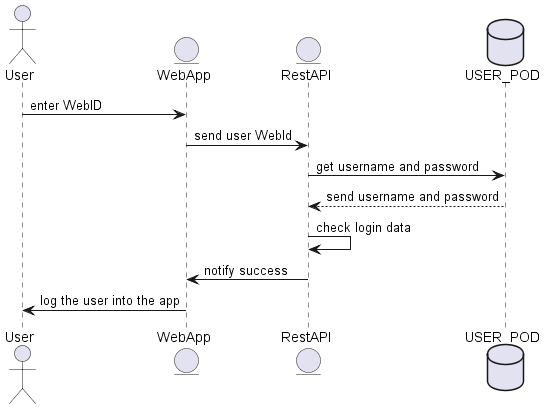
Above: images/login diagram.png in Arquisoft/lomap_es5c (PlantUML), before the change.
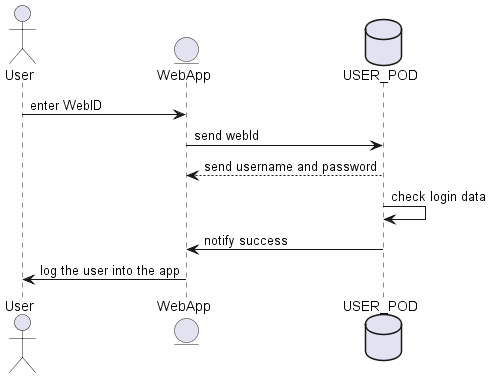
Above is the later version.

Change to the diagram source:
```diff
@@ -1,14 +1,12 @@
 @startuml
 actor User
 entity EntityWeb as "WebApp"
-entity EntityRest as "RestAPI"
 database Pod as "USER_POD"
 
 User -> EntityWeb: enter WebID
-EntityWeb -> EntityRest: send user WebId
-EntityRest -> Pod: get username and password
-Pod --> EntityRest: send username and password
-EntityRest -> EntityRest: check login data
-EntityRest -> EntityWeb: notify success
+EntityWeb -> Pod: send webId
+Pod --> EntityWeb: send username and password
+Pod -> Pod: check login data
+Pod -> EntityWeb: notify success
 EntityWeb -> User: log the user into the app
 @enduml
```
